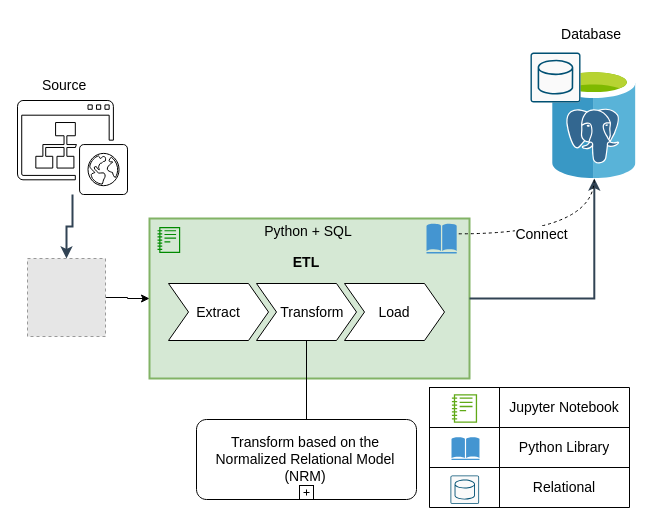
The draw.io diagram page "DA Phase I" (3 of 7) of DECapstone diagrams.drawio in vinsanity2022/SPARTACapstone, before the edit. Source tidied: cells renumbered, new cells numbered last; positions are measured from the earlier drawing's top-left corner, leaving out a move shared by most shapes. Both pictures are drawn from the tidied source at 100%, with x=0, y=0 at pixel (17, 17). Pictures stored in the file or linked from it are replaced by grey dashed boxes.
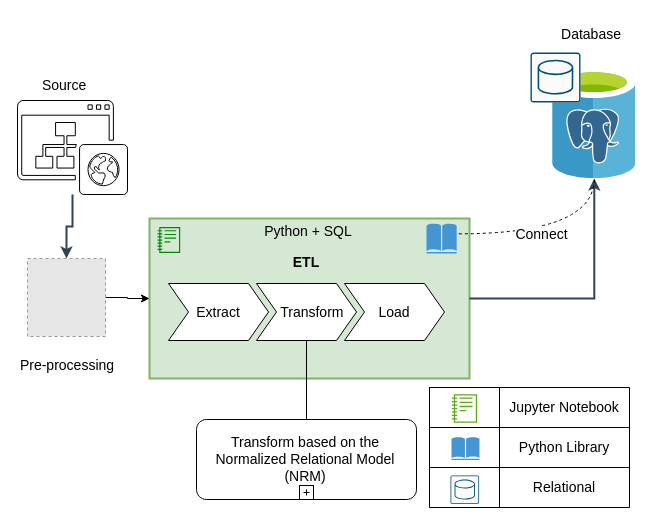
After the change.

What changed in the source:
```diff
@@
+    <mxCell id="37" value="&lt;font style=&quot;font-size: 14px;&quot; face=&quot;Helvetica&quot;&gt;Pre-processing&lt;/font&gt;" style="text;strokeColor=none;align=center;fillColor=none;html=1;verticalAlign=middle;whiteSpace=wrap;rounded=0;fontSize=20;fontFamily=Architects Daughter;" parent="1" vertex="1">
+      <mxGeometry y="331" width="100" height="30" as="geometry" />
+    </mxCell>
```
